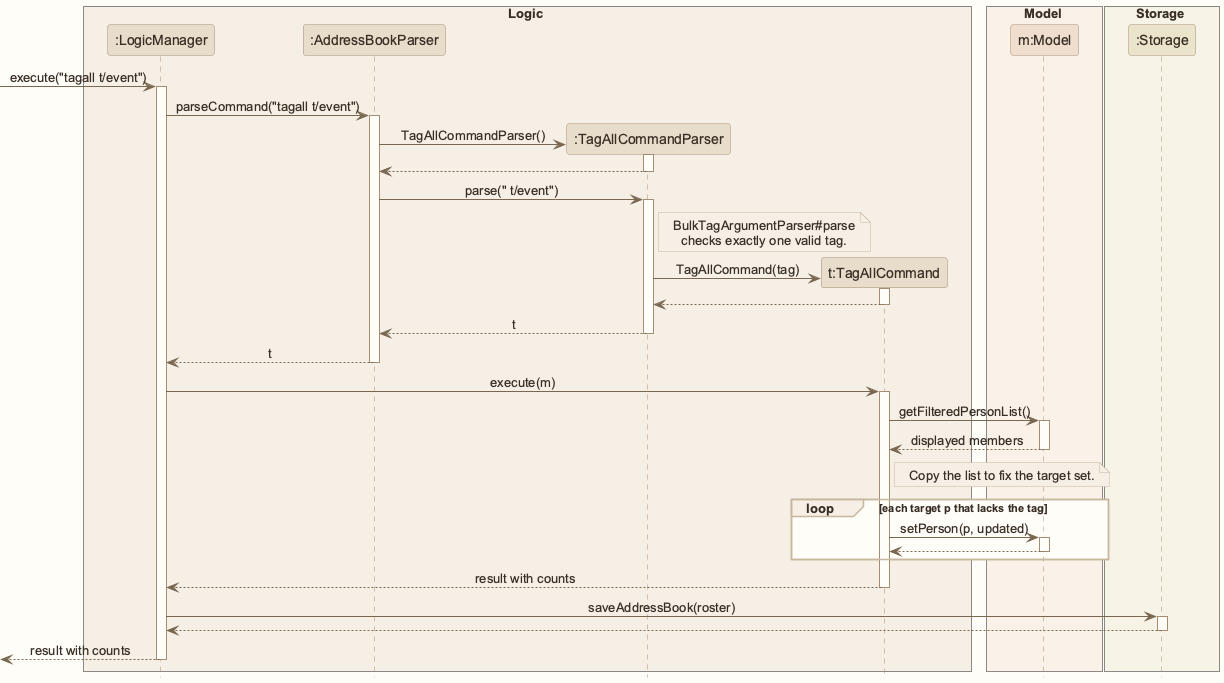
Above: images/BulkTagSequenceDiagram.png in AY2627S1-CS2103T-W12-1/tp (PlantUML), before the change. The source it was exported from:
```plantuml
@startuml
!include style.puml
skinparam ArrowFontStyle plain

box Logic LOGIC_COLOR_T1
participant ":LogicManager" as LogicManager LOGIC_COLOR
participant ":AddressBookParser" as AddressBookParser LOGIC_COLOR
participant ":TagAllCommandParser" as TagAllCommandParser LOGIC_COLOR
participant "t:TagAllCommand" as TagAllCommand LOGIC_COLOR
end box
box Model MODEL_COLOR_T1
participant "m:Model" as Model MODEL_COLOR
end box
box Storage STORAGE_COLOR_T1
participant ":Storage" as Storage STORAGE_COLOR
end box

[-> LogicManager : execute("tagall t/event")
activate LogicManager
LogicManager -> AddressBookParser : parseCommand("tagall t/event")
activate AddressBookParser
create TagAllCommandParser
AddressBookParser -> TagAllCommandParser : TagAllCommandParser()
activate TagAllCommandParser
TagAllCommandParser --> AddressBookParser
deactivate TagAllCommandParser
AddressBookParser -> TagAllCommandParser : parse(" t/event")
activate TagAllCommandParser
note right of TagAllCommandParser : BulkTagArgumentParser#parse\nchecks exactly one valid tag.
create TagAllCommand
TagAllCommandParser -> TagAllCommand : TagAllCommand(tag)
activate TagAllCommand
TagAllCommand --> TagAllCommandParser
deactivate TagAllCommand
TagAllCommandParser --> AddressBookParser : t
deactivate TagAllCommandParser
AddressBookParser --> LogicManager : t
deactivate AddressBookParser
LogicManager -> TagAllCommand : execute(m)
activate TagAllCommand
TagAllCommand -> Model : getFilteredPersonList()
activate Model
Model --> TagAllCommand : displayed members
deactivate Model
note right of TagAllCommand : Copy the list to fix the target set.
loop each target p that lacks the tag
TagAllCommand -> Model : setPerson(p, updated)
activate Model
Model --> TagAllCommand
deactivate Model
end
TagAllCommand --> LogicManager : result with counts
deactivate TagAllCommand
LogicManager -> Storage : saveAddressBook(roster)
activate Storage
Storage --> LogicManager
deactivate Storage
[<-- LogicManager : result with counts
deactivate LogicManager
@enduml
```
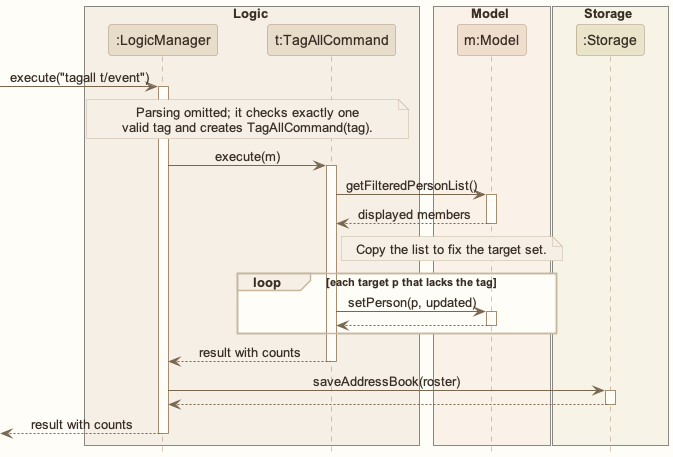
The same diagram one commit later.

Diff of the diagram source:
```diff
@@ -4,8 +4,6 @@
 
 box Logic LOGIC_COLOR_T1
 participant ":LogicManager" as LogicManager LOGIC_COLOR
-participant ":AddressBookParser" as AddressBookParser LOGIC_COLOR
-participant ":TagAllCommandParser" as TagAllCommandParser LOGIC_COLOR
 participant "t:TagAllCommand" as TagAllCommand LOGIC_COLOR
 end box
 box Model MODEL_COLOR_T1
@@ -17,25 +15,7 @@
 
 [-> LogicManager : execute("tagall t/event")
 activate LogicManager
-LogicManager -> AddressBookParser : parseCommand("tagall t/event")
-activate AddressBookParser
-create TagAllCommandParser
-AddressBookParser -> TagAllCommandParser : TagAllCommandParser()
-activate TagAllCommandParser
-TagAllCommandParser --> AddressBookParser
-deactivate TagAllCommandParser
-AddressBookParser -> TagAllCommandParser : parse(" t/event")
-activate TagAllCommandParser
-note right of TagAllCommandParser : BulkTagArgumentParser#parse\nchecks exactly one valid tag.
-create TagAllCommand
-TagAllCommandParser -> TagAllCommand : TagAllCommand(tag)
-activate TagAllCommand
-TagAllCommand --> TagAllCommandParser
-deactivate TagAllCommand
-TagAllCommandParser --> AddressBookParser : t
-deactivate TagAllCommandParser
-AddressBookParser --> LogicManager : t
-deactivate AddressBookParser
+note over LogicManager, TagAllCommand: Parsing omitted; it checks exactly one\nvalid tag and creates TagAllCommand(tag).
 LogicManager -> TagAllCommand : execute(m)
 activate TagAllCommand
 TagAllCommand -> Model : getFilteredPersonList()
```
